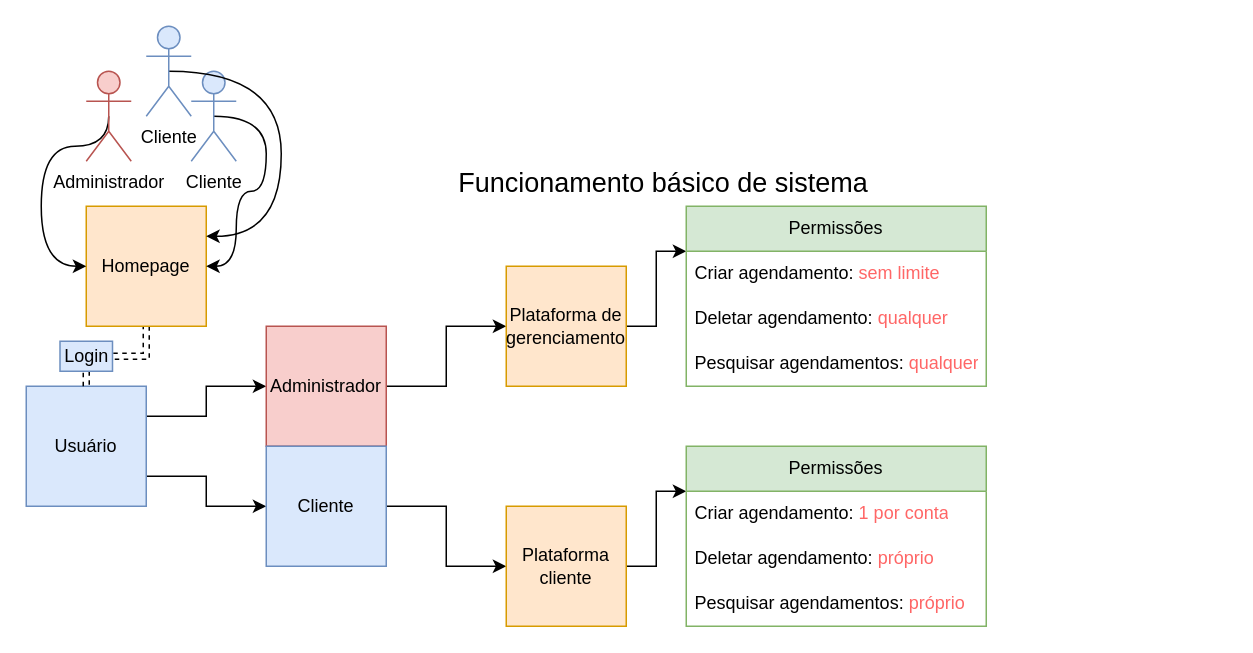
Earlier version of the draw.io diagram documentação/ideias/diagrama.drawio (Creath-Noite-A/Agendamento-Documentacao). Source tidied: cells renumbered, new cells numbered last; positions are measured from the earlier drawing's top-left corner, leaving out a move shared by most shapes. Both pictures are drawn from the tidied source at 150%, with x=0, y=0 at pixel (26, 26).
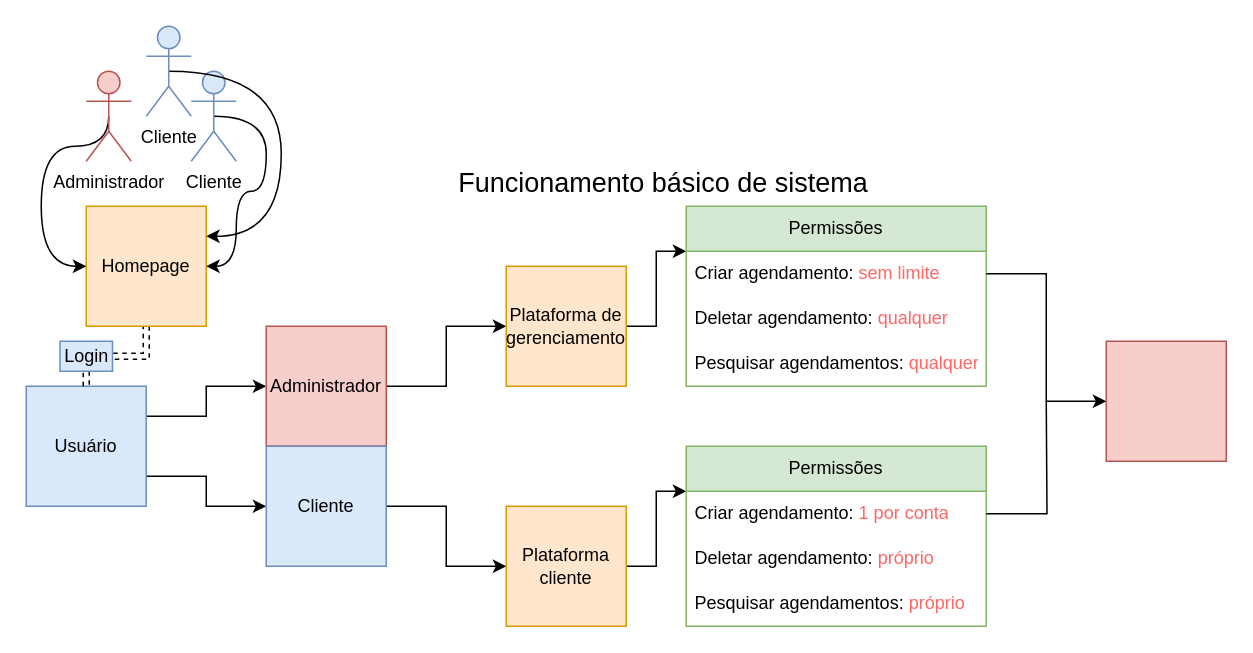
The same diagram, later.

The change refers to these unchanged cells:
```xml
<mxCell id="15" value="Permissões" style="swimlane;fontStyle=0;horizontal=1;startSize=30;whiteSpace=wrap;html=1;fillColor=#d5e8d4;strokeColor=#82b366;" parent="1" vertex="1">
  <mxGeometry x="440" y="280" width="200" height="120" as="geometry" />
</mxCell>
<mxCell id="16" value="Criar agendamento: &lt;font color=&quot;#ff6666&quot;&gt;1 por conta&lt;/font&gt;" style="text;strokeColor=none;fillColor=none;align=left;verticalAlign=middle;spacingLeft=4;spacingRight=4;overflow=hidden;points=[[0,0.5],[1,0.5]];portConstraint=eastwest;whiteSpace=wrap;html=1;" parent="15" vertex="1">
  <mxGeometry y="30" width="200" height="30" as="geometry" />
</mxCell>
<mxCell id="20" value="Criar agendamento: &lt;font color=&quot;#ff6666&quot;&gt;sem limite&lt;/font&gt;" style="text;strokeColor=none;fillColor=none;align=left;verticalAlign=middle;spacingLeft=4;spacingRight=4;overflow=hidden;points=[[0,0.5],[1,0.5]];portConstraint=eastwest;whiteSpace=wrap;html=1;" parent="19" vertex="1">
  <mxGeometry y="30" width="200" height="30" as="geometry" />
</mxCell>
```

Change to the diagram source:
```diff
@@
+    <mxCell id="33" style="edgeStyle=orthogonalEdgeStyle;rounded=0;jettySize=auto;html=1;exitX=1;exitY=0.5;exitDx=0;exitDy=0;endArrow=none;endFill=0;" parent="15" edge="1" source="16">
+      <mxGeometry relative="1" as="geometry">
+        <mxPoint x="240" y="-30" as="targetPoint" />
+      </mxGeometry>
+    </mxCell>
@@
+    <mxCell id="34" style="whiteSpace=wrap;html=1;fillColor=#f8cecc;strokeColor=#b85450;" parent="1" vertex="1">
+      <mxGeometry x="720" y="210" width="80" height="80" as="geometry" />
+    </mxCell>
+    <mxCell id="35" style="edgeStyle=orthogonalEdgeStyle;rounded=0;jettySize=auto;html=1;exitX=1;exitY=0.5;exitDx=0;exitDy=0;entryX=0;entryY=0.5;entryDx=0;entryDy=0;" parent="1" edge="1" source="20" target="34">
+      <mxGeometry relative="1" as="geometry" />
+    </mxCell>
```
